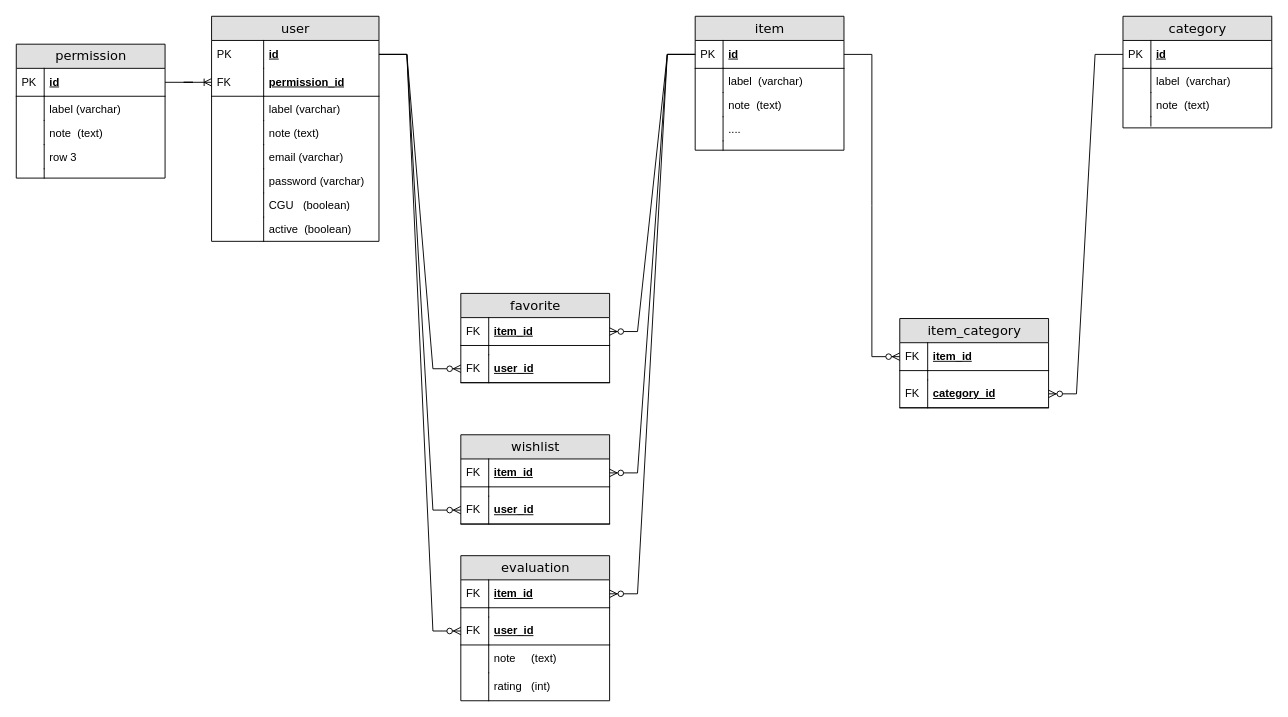
Before: EntityRelation.drawio in HexMakina/ZAD-X75-B-2021-2022, a draw.io diagram. Source tidied: cells renumbered, new cells numbered last; positions are measured from the earlier drawing's top-left corner, leaving out a move shared by most shapes. Both pictures are drawn from the tidied source at 93%, with x=0, y=0 at pixel (16, 16).
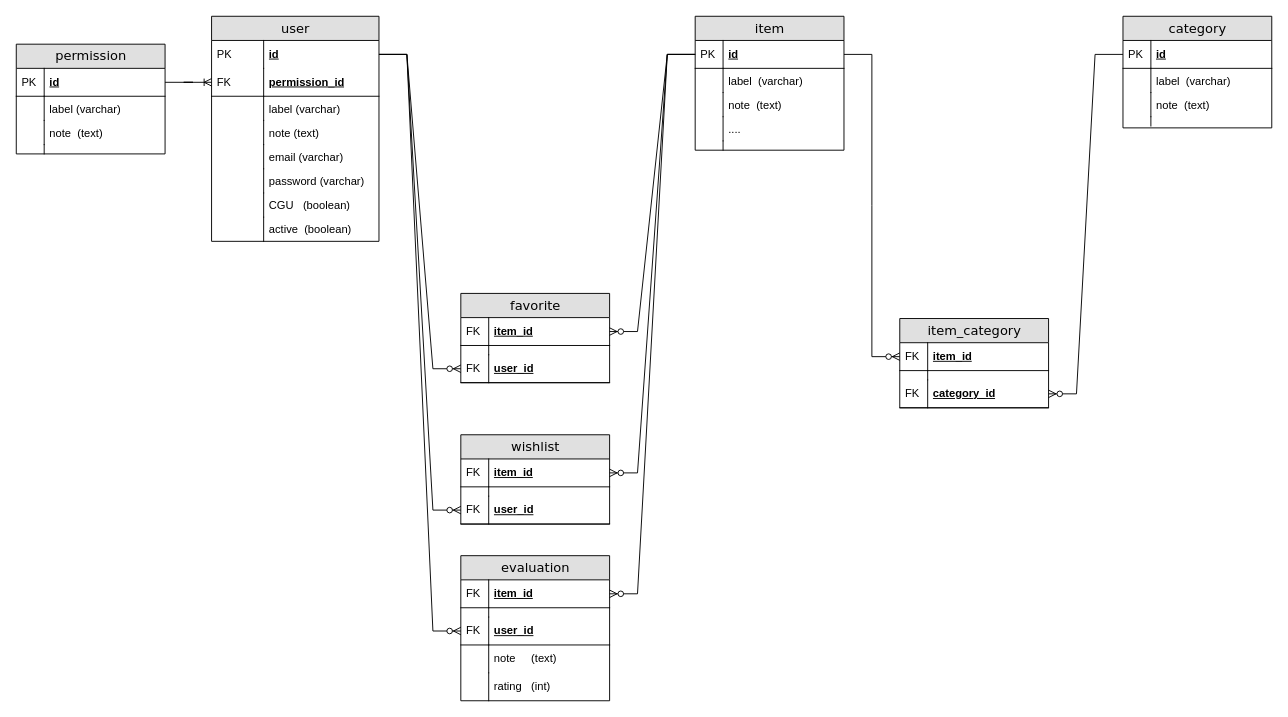
The same page after the edit.

Commit message:
removed "row 3" field

What changed in the source:
```diff
@@
     <mxCell id="30" value="permission" style="swimlane;html=1;fontStyle=0;horizontal=1;startSize=26;fillColor=#e0e0e0;swimlaneFillColor=#ffffff;align=center;rounded=0;shadow=0;comic=0;labelBackgroundColor=none;strokeWidth=1;fontFamily=Verdana;fontSize=14;" parent="1" vertex="1">
-      <mxGeometry y="30" width="160" height="144" as="geometry" />
+      <mxGeometry y="30" width="160" height="118" as="geometry" />
     </mxCell>
@@
-    <mxCell id="37" value="row 3" style="shape=partialRectangle;top=0;left=0;right=0;bottom=0;html=1;align=left;verticalAlign=top;fillColor=none;spacingLeft=34;spacingRight=4;whiteSpace=wrap;overflow=hidden;" parent="30" vertex="1">
-      <mxGeometry y="108" width="160" height="26" as="geometry" />
-    </mxCell>
-    <mxCell id="38" style="shape=partialRectangle;top=0;left=0;bottom=0;html=1;fillColor=none;align=left;verticalAlign=top;spacingLeft=4;spacingRight=4;whiteSpace=wrap;overflow=hidden;" parent="37" vertex="1">
-      <mxGeometry width="30" height="26" as="geometry" />
-    </mxCell>
     <mxCell id="39" style="shape=partialRectangle;top=0;left=0;right=0;bottom=0;html=1;align=left;verticalAlign=top;fillColor=none;spacingLeft=34;spacingRight=4;whiteSpace=wrap;overflow=hidden;" parent="30" vertex="1">
-      <mxGeometry y="134" width="160" height="10" as="geometry" />
+      <mxGeometry y="108" width="160" height="10" as="geometry" />
     </mxCell>
```
